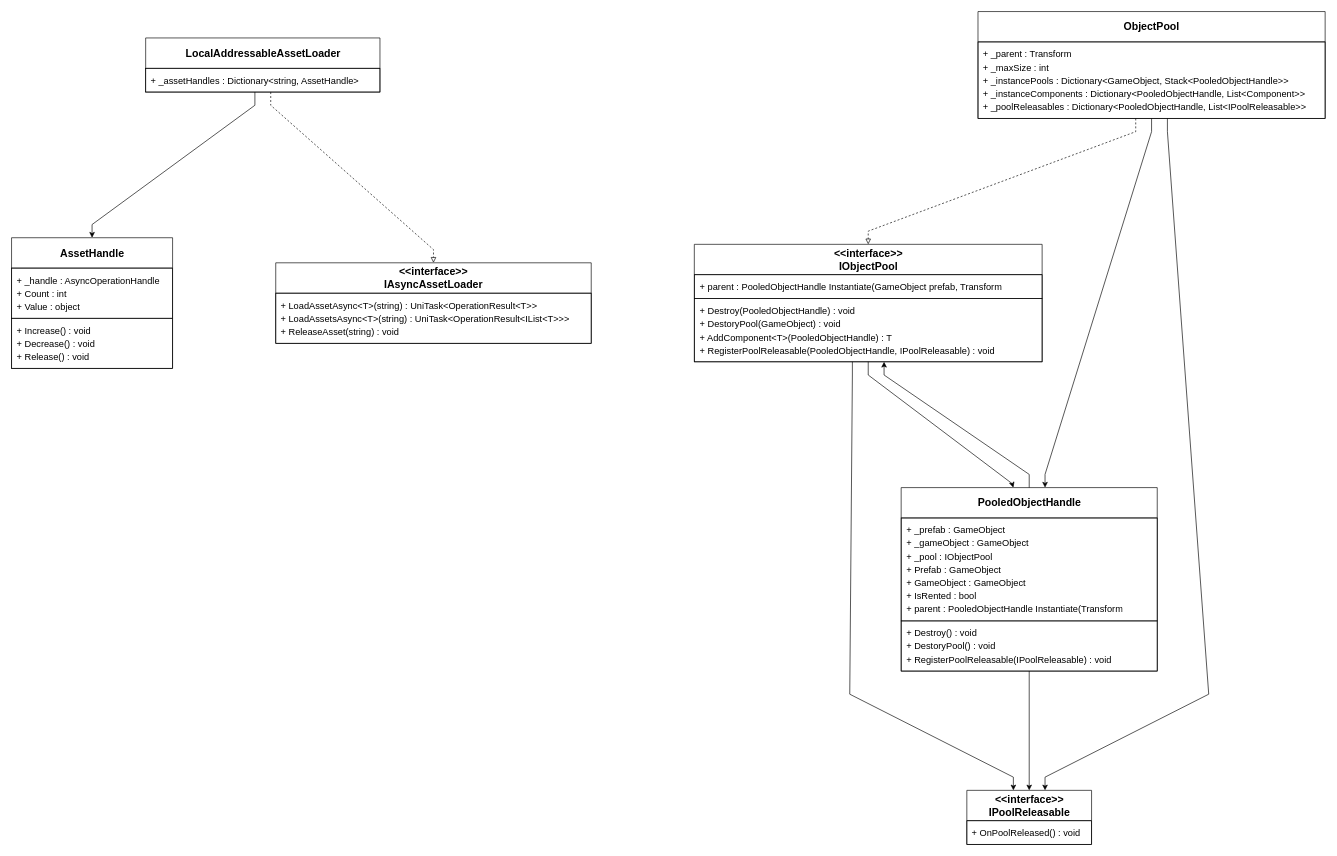
THISISJUSTICE/CubicLand keeps this draw.io diagram as Docs/Architecture/Diagrams/Common/Singletons.drawio. Above is the earlier version. Source tidied: cells renumbered, new cells numbered last; positions are measured from the earlier drawing's top-left corner, leaving out a move shared by most shapes. Both pictures are drawn from the tidied source at 66%, with x=0, y=0 at pixel (11, 11).
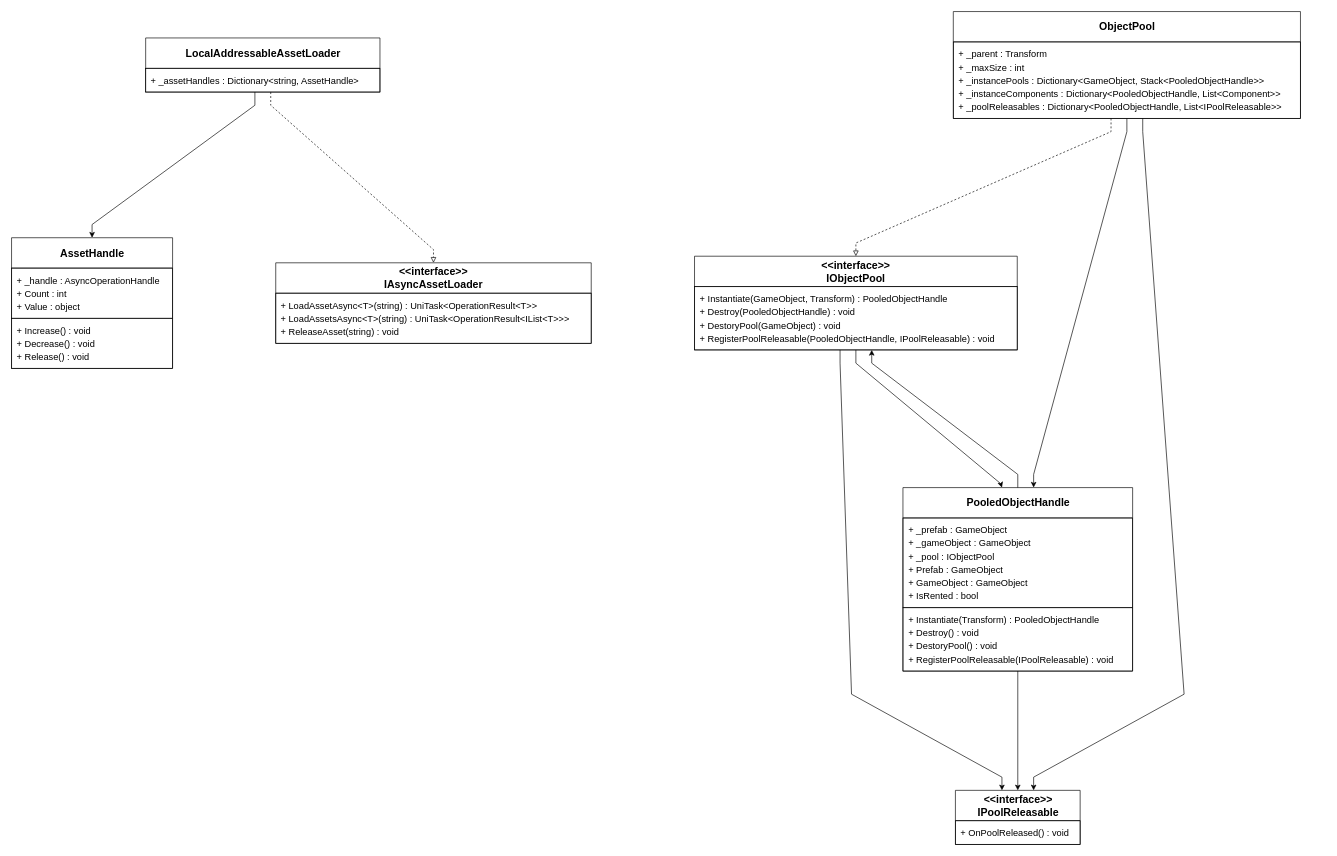
Above is the later version.

The edit, as a diff of the source:
```diff
@@
     <mxCell id="4" value="&lt;div&gt;&amp;lt;&amp;lt;interface&amp;gt;&amp;gt;&lt;/div&gt;&lt;h4 style=&quot;margin:0&quot;&gt;IObjectPool&lt;/h4&gt;" style="swimlane;fontSize=16;fontStyle=1;align=center;verticalAlign=middle;horizontal=1;startSize=46;html=1;fillColor=none;swimlaneFillColor=none;strokeColor=#000000;" parent="1" vertex="1">
-      <mxGeometry x="1034.5" y="352.7" width="527" height="178" as="geometry" />
+      <mxGeometry x="1034.8" y="370.7" width="489" height="142" as="geometry" />
     </mxCell>
     <mxCell id="5" value="&lt;div&gt;&amp;lt;&amp;lt;interface&amp;gt;&amp;gt;&lt;/div&gt;&lt;h4 style=&quot;margin:0&quot;&gt;IPoolReleasable&lt;/h4&gt;" style="swimlane;fontSize=16;fontStyle=1;align=center;verticalAlign=middle;horizontal=1;startSize=46;html=1;fillColor=none;swimlaneFillColor=none;strokeColor=#000000;" parent="1" vertex="1">
-      <mxGeometry x="1447.4" y="1180" width="189" height="82" as="geometry" />
+      <mxGeometry x="1430.1" y="1180" width="189" height="82" as="geometry" />
     </mxCell>
@@
     <mxCell id="7" value="&lt;h4 style=&quot;margin:0&quot;&gt;ObjectPool&lt;/h4&gt;" style="swimlane;fontSize=16;fontStyle=1;align=center;verticalAlign=middle;horizontal=1;startSize=46;html=1;fillColor=none;swimlaneFillColor=none;strokeColor=#000000;" parent="1" vertex="1">
-      <mxGeometry x="1464.3" width="526" height="162" as="geometry" />
+      <mxGeometry x="1426.9" width="526" height="162" as="geometry" />
     </mxCell>
     <mxCell id="8" value="&lt;h4 style=&quot;margin:0&quot;&gt;PooledObjectHandle&lt;/h4&gt;" style="swimlane;fontSize=16;fontStyle=1;align=center;verticalAlign=middle;horizontal=1;startSize=46;html=1;fillColor=none;swimlaneFillColor=none;strokeColor=#000000;" parent="1" vertex="1">
-      <mxGeometry x="1347.9" y="721.3" width="388" height="278" as="geometry" />
+      <mxGeometry x="1350.6" y="721.3" width="348" height="278" as="geometry" />
     </mxCell>
-    <mxCell id="9" style="edgeStyle=none;curved=0;rounded=0;html=1;strokeColor=#000000;exitPerimeter=0;entryPerimeter=0;exitX=0.45446;exitY=1.00000;entryX=0.37302;entryY=0.00000;endArrow=classic;endFill=1;" parent="1" edge="1" source="4" target="5">
+    <mxCell id="9" style="edgeStyle=none;curved=0;rounded=0;html=1;strokeColor=#000000;exitPerimeter=0;entryPerimeter=0;exitX=0.45092;exitY=1.00000;entryX=0.37302;entryY=0.00000;endArrow=classic;endFill=1;" parent="1" edge="1" source="4" target="5">
       <mxGeometry relative="1" as="geometry">
         <Array as="points">
-          <mxPoint x="1274" y="550.7" />
-          <mxPoint x="1270" y="1034.3" />
-          <mxPoint x="1517.9" y="1160" />
+          <mxPoint x="1255.3" y="532.7" />
+          <mxPoint x="1272.7" y="1034.3" />
+          <mxPoint x="1500.6" y="1160" />
         </Array>
       </mxGeometry>
     </mxCell>
-    <mxCell id="10" style="edgeStyle=none;curved=0;rounded=0;html=1;strokeColor=#000000;exitPerimeter=0;entryPerimeter=0;exitX=0.50000;exitY=1.00000;entryX=0.43814;entryY=0.00000;endArrow=classic;endFill=1;" parent="1" edge="1" source="4" target="8">
+    <mxCell id="10" style="edgeStyle=none;curved=0;rounded=0;html=1;strokeColor=#000000;exitPerimeter=0;entryPerimeter=0;exitX=0.50000;exitY=1.00000;entryX=0.43103;entryY=0.00000;endArrow=classic;endFill=1;" parent="1" edge="1" source="4" target="8">
       <mxGeometry relative="1" as="geometry">
         <Array as="points">
-          <mxPoint x="1298" y="550.7" />
-          <mxPoint x="1516" y="715.2" />
+          <mxPoint x="1279.3" y="532.7" />
+          <mxPoint x="1498.6" y="715.2" />
         </Array>
       </mxGeometry>
     </mxCell>
@@
     <mxCell id="12" style="edgeStyle=none;curved=0;rounded=0;html=1;strokeColor=#000000;exitPerimeter=0;entryPerimeter=0;exitX=0.45437;exitY=1.00000;entryX=0.50000;entryY=0.00000;dashed=1;endArrow=block;endFill=0;" parent="1" edge="1" source="7" target="4">
       <mxGeometry relative="1" as="geometry">
         <Array as="points">
-          <mxPoint x="1703.3" y="182" />
-          <mxPoint x="1298" y="332.7" />
+          <mxPoint x="1665.9" y="182" />
+          <mxPoint x="1279.3" y="350.7" />
         </Array>
       </mxGeometry>
     </mxCell>
-    <mxCell id="13" style="edgeStyle=none;curved=0;rounded=0;html=1;strokeColor=#000000;exitPerimeter=0;entryPerimeter=0;exitX=0.50000;exitY=0.00000;entryX=0.54554;entryY=1.00000;endArrow=classic;endFill=1;" parent="1" edge="1" source="8" target="4">
+    <mxCell id="13" style="edgeStyle=none;curved=0;rounded=0;html=1;strokeColor=#000000;exitPerimeter=0;entryPerimeter=0;exitX=0.50000;exitY=0.00000;entryX=0.54908;entryY=1.00000;endArrow=classic;endFill=1;" parent="1" edge="1" source="8" target="4">
       <mxGeometry relative="1" as="geometry">
         <Array as="points">
-          <mxPoint x="1541.9" y="701.3" />
-          <mxPoint x="1322" y="550.7" />
+          <mxPoint x="1524.6" y="701.3" />
+          <mxPoint x="1303.3" y="532.7" />
         </Array>
       </mxGeometry>
     </mxCell>
@@
     <mxCell id="16" style="edgeStyle=none;curved=0;rounded=0;html=1;strokeColor=#000000;exitPerimeter=0;entryPerimeter=0;exitX=0.54563;exitY=1.00000;entryX=0.62698;entryY=0.00000;endArrow=classic;endFill=1;" parent="1" edge="1" source="7" target="5">
       <mxGeometry relative="1" as="geometry">
         <Array as="points">
-          <mxPoint x="1751.3" y="182" />
-          <mxPoint x="1813.9" y="1034.3" />
-          <mxPoint x="1565.9" y="1160" />
+          <mxPoint x="1713.9" y="182" />
+          <mxPoint x="1776.6" y="1034.3" />
+          <mxPoint x="1548.6" y="1160" />
         </Array>
       </mxGeometry>
     </mxCell>
-    <mxCell id="17" style="edgeStyle=none;curved=0;rounded=0;html=1;strokeColor=#000000;exitPerimeter=0;entryPerimeter=0;exitX=0.50000;exitY=1.00000;entryX=0.56186;entryY=0.00000;endArrow=classic;endFill=1;" parent="1" edge="1" source="7" target="8">
+    <mxCell id="17" style="edgeStyle=none;curved=0;rounded=0;html=1;strokeColor=#000000;exitPerimeter=0;entryPerimeter=0;exitX=0.50000;exitY=1.00000;entryX=0.56897;entryY=0.00000;endArrow=classic;endFill=1;" parent="1" edge="1" source="7" target="8">
       <mxGeometry relative="1" as="geometry">
         <Array as="points">
-          <mxPoint x="1727.3" y="182" />
-          <mxPoint x="1565.9" y="701.3" />
+          <mxPoint x="1689.9" y="182" />
+          <mxPoint x="1548.6" y="701.3" />
         </Array>
       </mxGeometry>
     </mxCell>
@@
-    <mxCell id="21" value="&lt;div style=&quot;height:20px;line-height:20px;margin:0;padding:0;white-space:nowrap&quot;&gt;+ parent : PooledObjectHandle Instantiate(GameObject prefab, Transform&lt;/div&gt;" style="text;fontSize=14;strokeColor=#000000;fillColor=none;align=left;verticalAlign=middle;spacingTop=4;spacingBottom=4;spacingLeft=6;spacingRight=6;whiteSpace=wrap;overflow=hidden;html=1;" parent="4" vertex="1">
-      <mxGeometry y="46" width="527" height="36" as="geometry" />
-    </mxCell>
-    <mxCell id="22" value="&lt;div style=&quot;height:20px;line-height:20px;margin:0;padding:0;white-space:nowrap&quot;&gt;+ Destroy(PooledObjectHandle) : void&lt;/div&gt;&lt;div style=&quot;height:20px;line-height:20px;margin:0;padding:0;white-space:nowrap&quot;&gt;+ DestoryPool(GameObject) : void&lt;/div&gt;&lt;div style=&quot;height:20px;line-height:20px;margin:0;padding:0;white-space:nowrap&quot;&gt;+ AddComponent&amp;lt;T&amp;gt;(PooledObjectHandle) : T&lt;/div&gt;&lt;div style=&quot;height:20px;line-height:20px;margin:0;padding:0;white-space:nowrap&quot;&gt;+ RegisterPoolReleasable(PooledObjectHandle, IPoolReleasable) : void&lt;/div&gt;" style="text;fontSize=14;strokeColor=#000000;fillColor=none;align=left;verticalAlign=middle;spacingTop=4;spacingBottom=4;spacingLeft=6;spacingRight=6;whiteSpace=wrap;overflow=hidden;html=1;" parent="4" vertex="1">
-      <mxGeometry y="82" width="527" height="96" as="geometry" />
+    <mxCell id="22" value="&lt;div style=&quot;height:20px;line-height:20px;margin:0;padding:0;white-space:nowrap&quot;&gt;+ Instantiate(GameObject, Transform) : PooledObjectHandle&lt;/div&gt;&lt;div style=&quot;height:20px;line-height:20px;margin:0;padding:0;white-space:nowrap&quot;&gt;+ Destroy(PooledObjectHandle) : void&lt;/div&gt;&lt;div style=&quot;height:20px;line-height:20px;margin:0;padding:0;white-space:nowrap&quot;&gt;+ DestoryPool(GameObject) : void&lt;/div&gt;&lt;div style=&quot;height:20px;line-height:20px;margin:0;padding:0;white-space:nowrap&quot;&gt;+ RegisterPoolReleasable(PooledObjectHandle, IPoolReleasable) : void&lt;/div&gt;" style="text;fontSize=14;strokeColor=#000000;fillColor=none;align=left;verticalAlign=middle;spacingTop=4;spacingBottom=4;spacingLeft=6;spacingRight=6;whiteSpace=wrap;overflow=hidden;html=1;" parent="4" vertex="1">
+      <mxGeometry y="46" width="489" height="96" as="geometry" />
     </mxCell>
@@
-    <mxCell id="26" value="&lt;div style=&quot;height:20px;line-height:20px;margin:0;padding:0;white-space:nowrap&quot;&gt;+ _prefab : GameObject&lt;/div&gt;&lt;div style=&quot;height:20px;line-height:20px;margin:0;padding:0;white-space:nowrap&quot;&gt;+ _gameObject : GameObject&lt;/div&gt;&lt;div style=&quot;height:20px;line-height:20px;margin:0;padding:0;white-space:nowrap&quot;&gt;+ _pool : IObjectPool&lt;/div&gt;&lt;div style=&quot;height:20px;line-height:20px;margin:0;padding:0;white-space:nowrap&quot;&gt;+ Prefab : GameObject&lt;/div&gt;&lt;div style=&quot;height:20px;line-height:20px;margin:0;padding:0;white-space:nowrap&quot;&gt;+ GameObject : GameObject&lt;/div&gt;&lt;div style=&quot;height:20px;line-height:20px;margin:0;padding:0;white-space:nowrap&quot;&gt;+ IsRented : bool&lt;/div&gt;&lt;div style=&quot;height:20px;line-height:20px;margin:0;padding:0;white-space:nowrap&quot;&gt;+ parent : PooledObjectHandle Instantiate(Transform&lt;/div&gt;" style="text;fontSize=14;strokeColor=#000000;fillColor=none;align=left;verticalAlign=middle;spacingTop=4;spacingBottom=4;spacingLeft=6;spacingRight=6;whiteSpace=wrap;overflow=hidden;html=1;" parent="8" vertex="1">
-      <mxGeometry y="46" width="388" height="156" as="geometry" />
+    <mxCell id="26" value="&lt;div style=&quot;height:20px;line-height:20px;margin:0;padding:0;white-space:nowrap&quot;&gt;+ _prefab : GameObject&lt;/div&gt;&lt;div style=&quot;height:20px;line-height:20px;margin:0;padding:0;white-space:nowrap&quot;&gt;+ _gameObject : GameObject&lt;/div&gt;&lt;div style=&quot;height:20px;line-height:20px;margin:0;padding:0;white-space:nowrap&quot;&gt;+ _pool : IObjectPool&lt;/div&gt;&lt;div style=&quot;height:20px;line-height:20px;margin:0;padding:0;white-space:nowrap&quot;&gt;+ Prefab : GameObject&lt;/div&gt;&lt;div style=&quot;height:20px;line-height:20px;margin:0;padding:0;white-space:nowrap&quot;&gt;+ GameObject : GameObject&lt;/div&gt;&lt;div style=&quot;height:20px;line-height:20px;margin:0;padding:0;white-space:nowrap&quot;&gt;+ IsRented : bool&lt;/div&gt;" style="text;fontSize=14;strokeColor=#000000;fillColor=none;align=left;verticalAlign=middle;spacingTop=4;spacingBottom=4;spacingLeft=6;spacingRight=6;whiteSpace=wrap;overflow=hidden;html=1;" parent="8" vertex="1">
+      <mxGeometry y="46" width="348" height="136" as="geometry" />
     </mxCell>
-    <mxCell id="27" value="&lt;div style=&quot;height:20px;line-height:20px;margin:0;padding:0;white-space:nowrap&quot;&gt;+ Destroy() : void&lt;/div&gt;&lt;div style=&quot;height:20px;line-height:20px;margin:0;padding:0;white-space:nowrap&quot;&gt;+ DestoryPool() : void&lt;/div&gt;&lt;div style=&quot;height:20px;line-height:20px;margin:0;padding:0;white-space:nowrap&quot;&gt;+ RegisterPoolReleasable(IPoolReleasable) : void&lt;/div&gt;" style="text;fontSize=14;strokeColor=#000000;fillColor=none;align=left;verticalAlign=middle;spacingTop=4;spacingBottom=4;spacingLeft=6;spacingRight=6;whiteSpace=wrap;overflow=hidden;html=1;" parent="8" vertex="1">
-      <mxGeometry y="202" width="388" height="76" as="geometry" />
+    <mxCell id="27" value="&lt;div style=&quot;height:20px;line-height:20px;margin:0;padding:0;white-space:nowrap&quot;&gt;+ Instantiate(Transform) : PooledObjectHandle&lt;/div&gt;&lt;div style=&quot;height:20px;line-height:20px;margin:0;padding:0;white-space:nowrap&quot;&gt;+ Destroy() : void&lt;/div&gt;&lt;div style=&quot;height:20px;line-height:20px;margin:0;padding:0;white-space:nowrap&quot;&gt;+ DestoryPool() : void&lt;/div&gt;&lt;div style=&quot;height:20px;line-height:20px;margin:0;padding:0;white-space:nowrap&quot;&gt;+ RegisterPoolReleasable(IPoolReleasable) : void&lt;/div&gt;" style="text;fontSize=14;strokeColor=#000000;fillColor=none;align=left;verticalAlign=middle;spacingTop=4;spacingBottom=4;spacingLeft=6;spacingRight=6;whiteSpace=wrap;overflow=hidden;html=1;" parent="8" vertex="1">
+      <mxGeometry y="182" width="348" height="96" as="geometry" />
     </mxCell>
```
